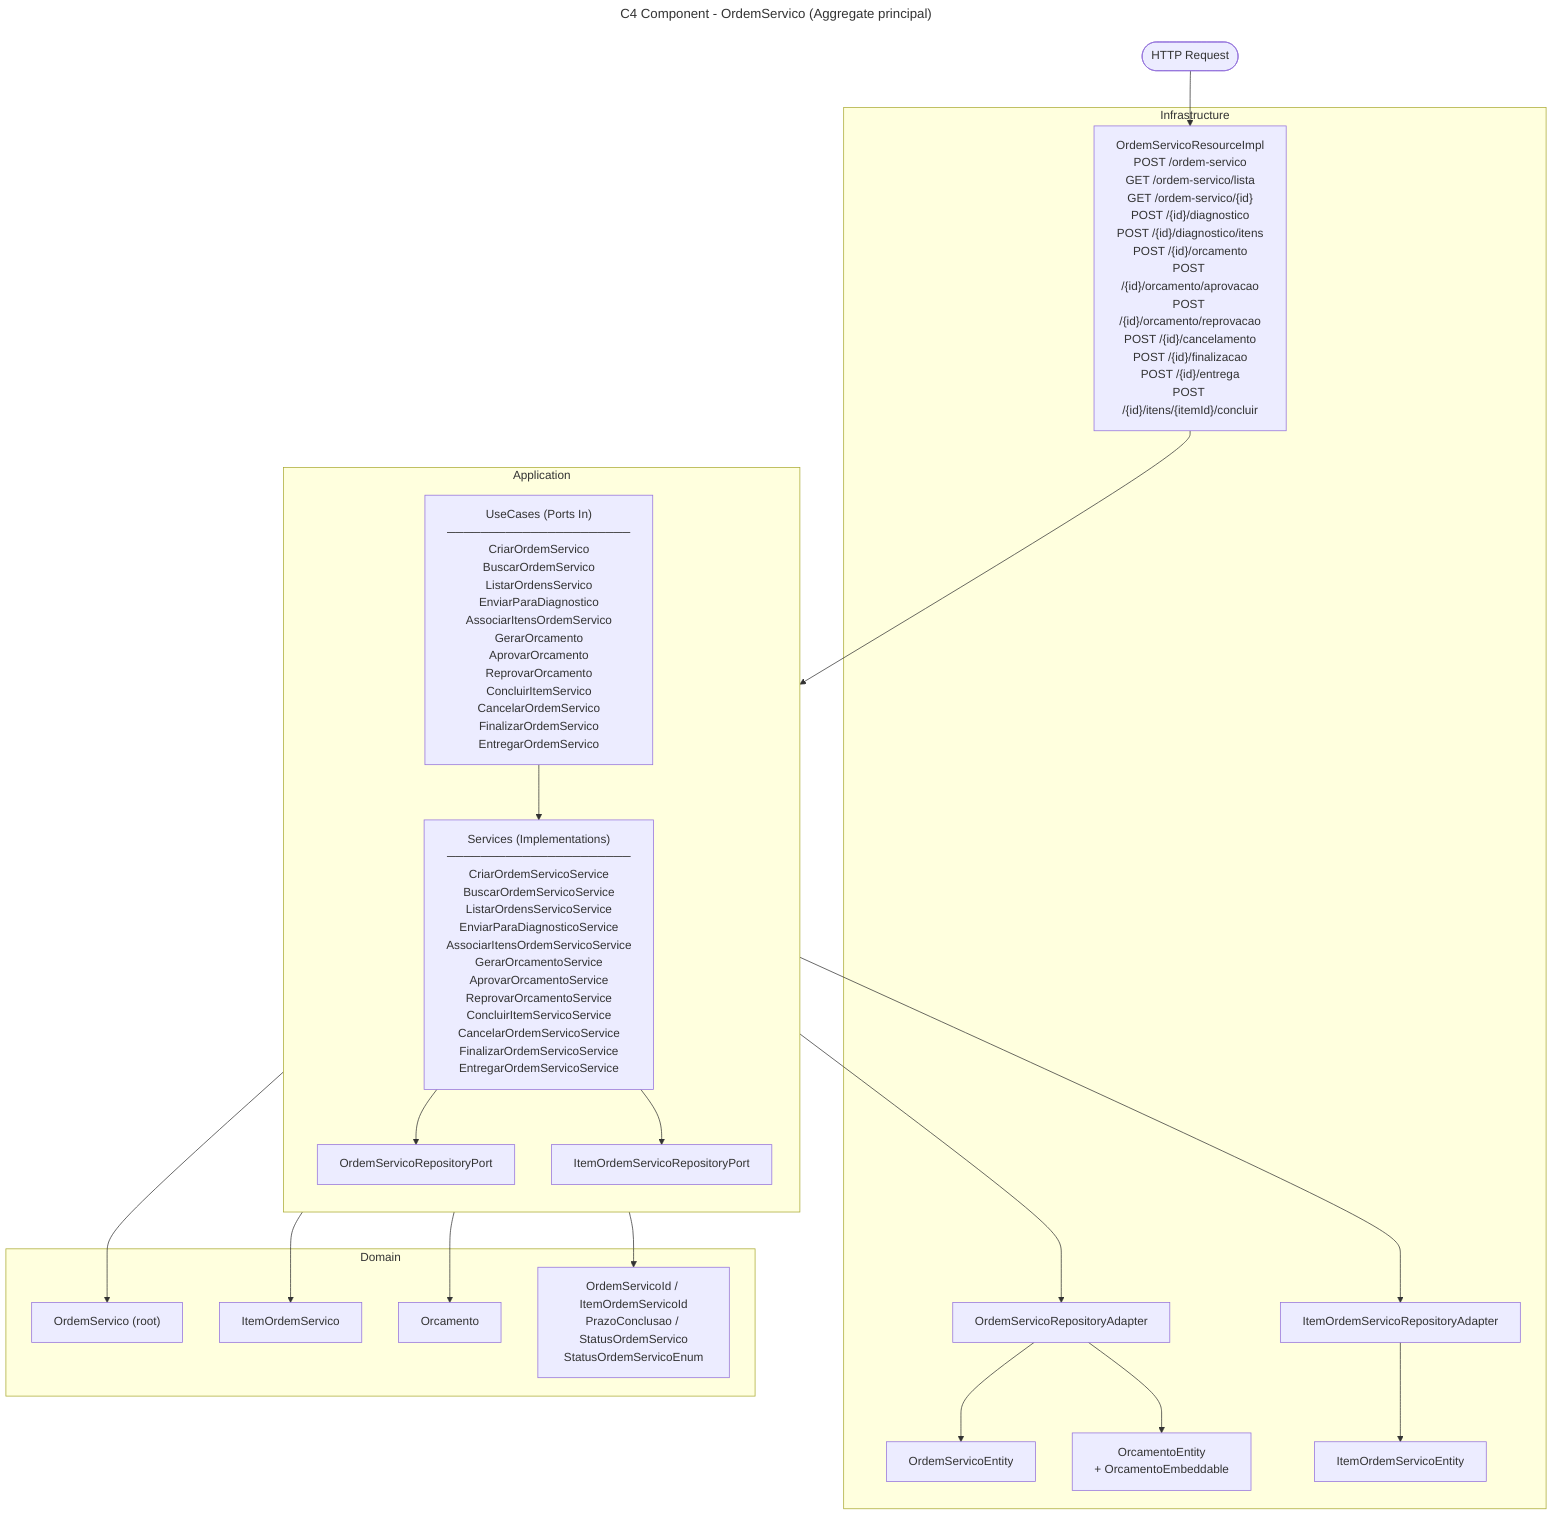
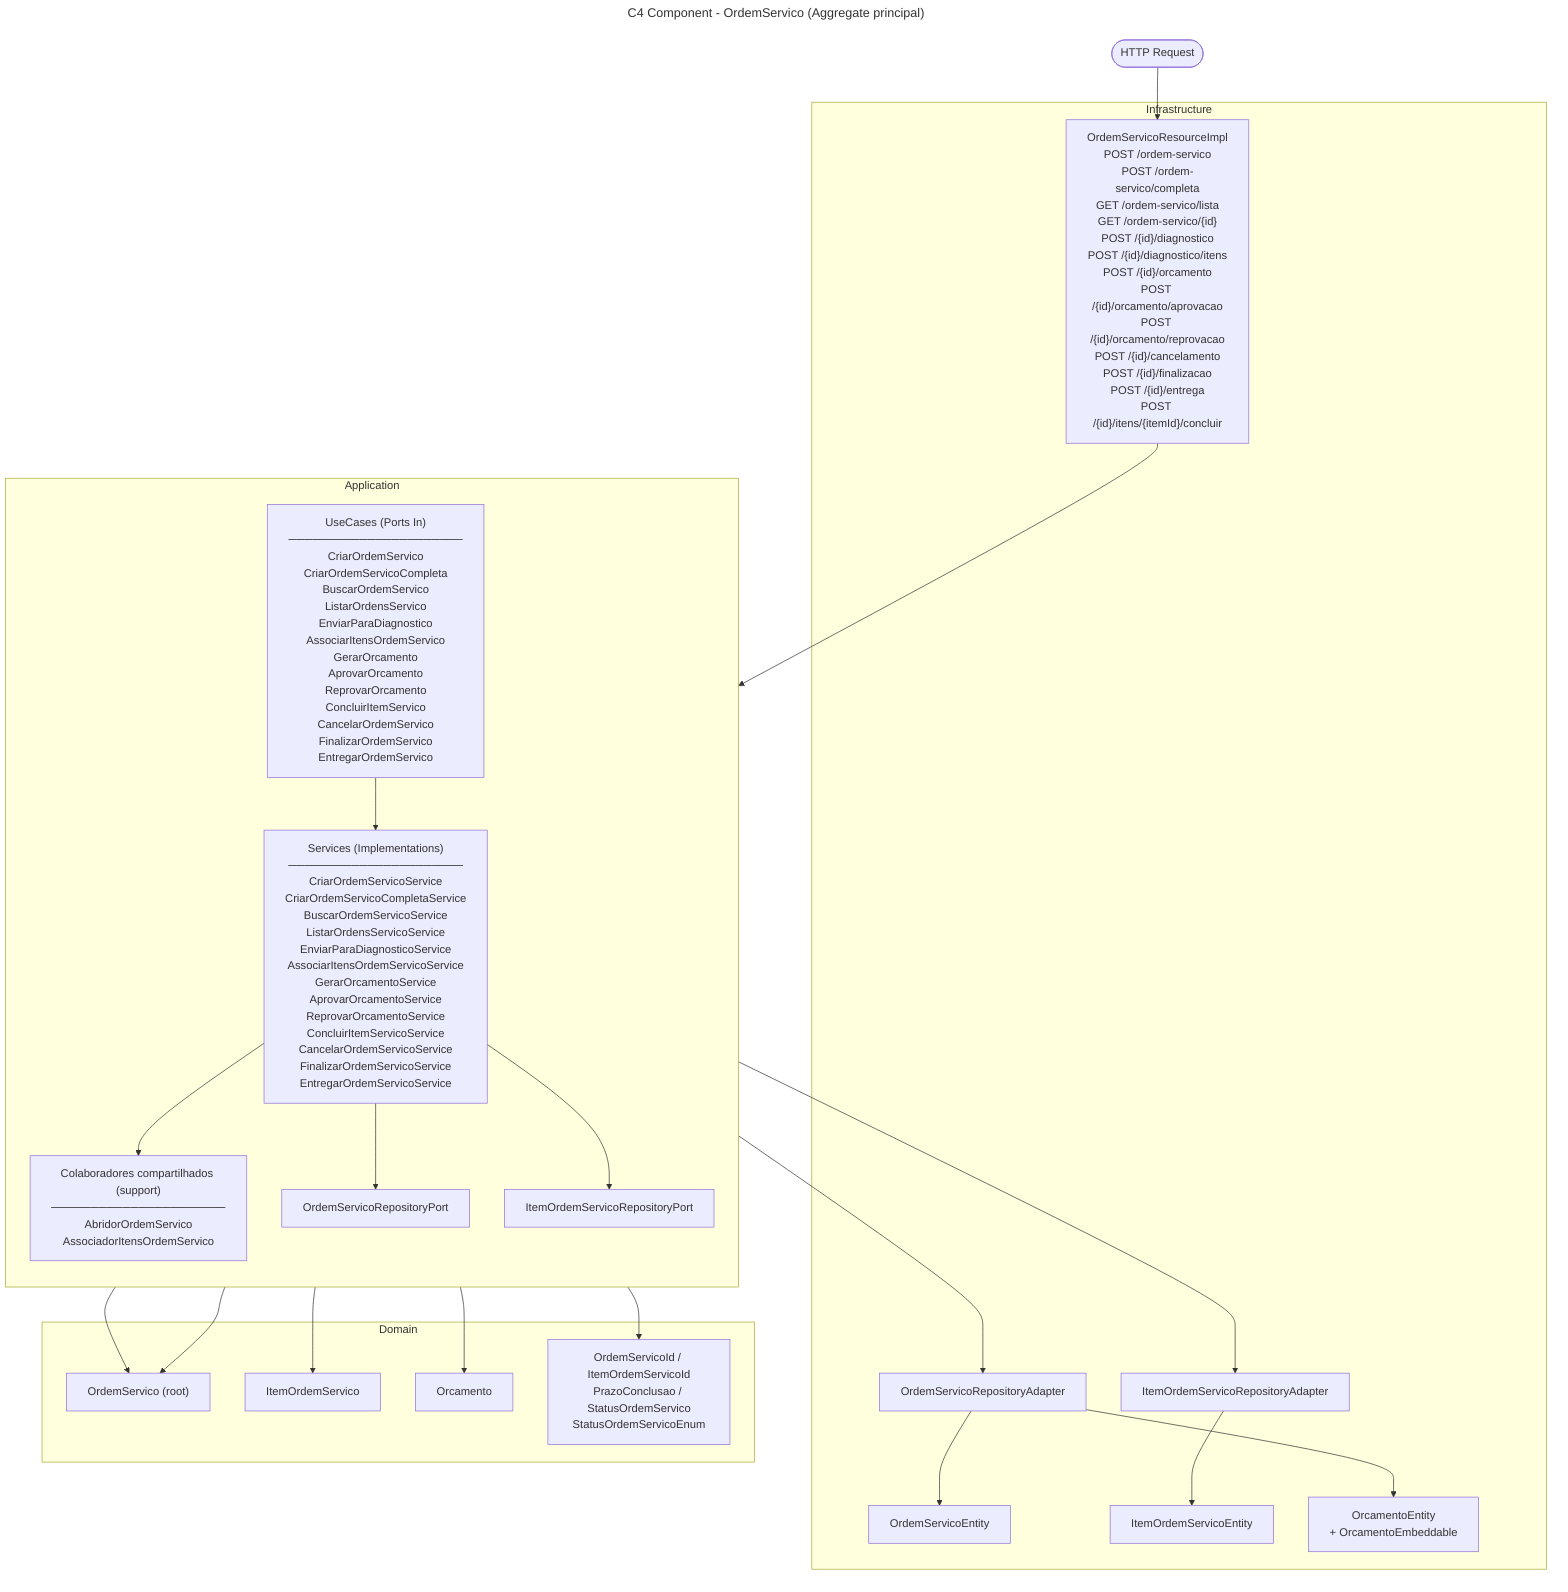
---
title: C4 Component - OrdemServico (Aggregate principal)
---
flowchart TD
    HTTP(["HTTP Request"])

    subgraph INFRA["Infrastructure"]
-         OSR["OrdemServicoResourceImpl<br/>POST /ordem-servico<br/>GET /ordem-servico/lista<br/>GET /ordem-servico/{id}<br/>POST /{id}/diagnostico<br/>POST /{id}/diagnostico/itens<br/>POST /{id}/orcamento<br/>POST /{id}/orcamento/aprovacao<br/>POST /{id}/orcamento/reprovacao<br/>POST /{id}/cancelamento<br/>POST /{id}/finalizacao<br/>POST /{id}/entrega<br/>POST /{id}/itens/{itemId}/concluir"]
+         OSR["OrdemServicoResourceImpl<br/>POST /ordem-servico<br/>POST /ordem-servico/completa<br/>GET /ordem-servico/lista<br/>GET /ordem-servico/{id}<br/>POST /{id}/diagnostico<br/>POST /{id}/diagnostico/itens<br/>POST /{id}/orcamento<br/>POST /{id}/orcamento/aprovacao<br/>POST /{id}/orcamento/reprovacao<br/>POST /{id}/cancelamento<br/>POST /{id}/finalizacao<br/>POST /{id}/entrega<br/>POST /{id}/itens/{itemId}/concluir"]
        OSRA["OrdemServicoRepositoryAdapter"]
        IOSRA["ItemOrdemServicoRepositoryAdapter"]
        OSE["OrdemServicoEntity"]
        IOSE["ItemOrdemServicoEntity"]
        OE["OrcamentoEntity<br/>+ OrcamentoEmbeddable"]
    end

    subgraph APP["Application"]
        direction TB
-         UC["UseCases (Ports In)<br/>──────────────────────<br/>CriarOrdemServico<br/>BuscarOrdemServico<br/>ListarOrdensServico<br/>EnviarParaDiagnostico<br/>AssociarItensOrdemServico<br/>GerarOrcamento<br/>AprovarOrcamento<br/>ReprovarOrcamento<br/>ConcluirItemServico<br/>CancelarOrdemServico<br/>FinalizarOrdemServico<br/>EntregarOrdemServico"]
-         SVC["Services (Implementations)<br/>──────────────────────<br/>CriarOrdemServicoService<br/>BuscarOrdemServicoService<br/>ListarOrdensServicoService<br/>EnviarParaDiagnosticoService<br/>AssociarItensOrdemServicoService<br/>GerarOrcamentoService<br/>AprovarOrcamentoService<br/>ReprovarOrcamentoService<br/>ConcluirItemServicoService<br/>CancelarOrdemServicoService<br/>FinalizarOrdemServicoService<br/>EntregarOrdemServicoService"]
+         UC["UseCases (Ports In)<br/>──────────────────────<br/>CriarOrdemServico<br/>CriarOrdemServicoCompleta<br/>BuscarOrdemServico<br/>ListarOrdensServico<br/>EnviarParaDiagnostico<br/>AssociarItensOrdemServico<br/>GerarOrcamento<br/>AprovarOrcamento<br/>ReprovarOrcamento<br/>ConcluirItemServico<br/>CancelarOrdemServico<br/>FinalizarOrdemServico<br/>EntregarOrdemServico"]
+         SVC["Services (Implementations)<br/>──────────────────────<br/>CriarOrdemServicoService<br/>CriarOrdemServicoCompletaService<br/>BuscarOrdemServicoService<br/>ListarOrdensServicoService<br/>EnviarParaDiagnosticoService<br/>AssociarItensOrdemServicoService<br/>GerarOrcamentoService<br/>AprovarOrcamentoService<br/>ReprovarOrcamentoService<br/>ConcluirItemServicoService<br/>CancelarOrdemServicoService<br/>FinalizarOrdemServicoService<br/>EntregarOrdemServicoService"]
+         SUP["Colaboradores compartilhados (support)<br/>──────────────────────<br/>AbridorOrdemServico<br/>AssociadorItensOrdemServico"]
        OSRP["OrdemServicoRepositoryPort"]
        IOSRP["ItemOrdemServicoRepositoryPort"]
    end

    subgraph DOMAIN["Domain"]
        OS["OrdemServico (root)"]
        IOS["ItemOrdemServico"]
        ORC["Orcamento"]
        VO["OrdemServicoId / ItemOrdemServicoId<br/>PrazoConclusao / StatusOrdemServico<br/>StatusOrdemServicoEnum"]
    end

    HTTP --> OSR
    OSR --> UC --> SVC
+     SVC --> SUP
    SVC --> OSRP --> OSRA --> OSE & OE
    SVC --> IOSRP --> IOSRA --> IOSE
    SVC --> OS & IOS & ORC & VO
+     SUP --> OS
